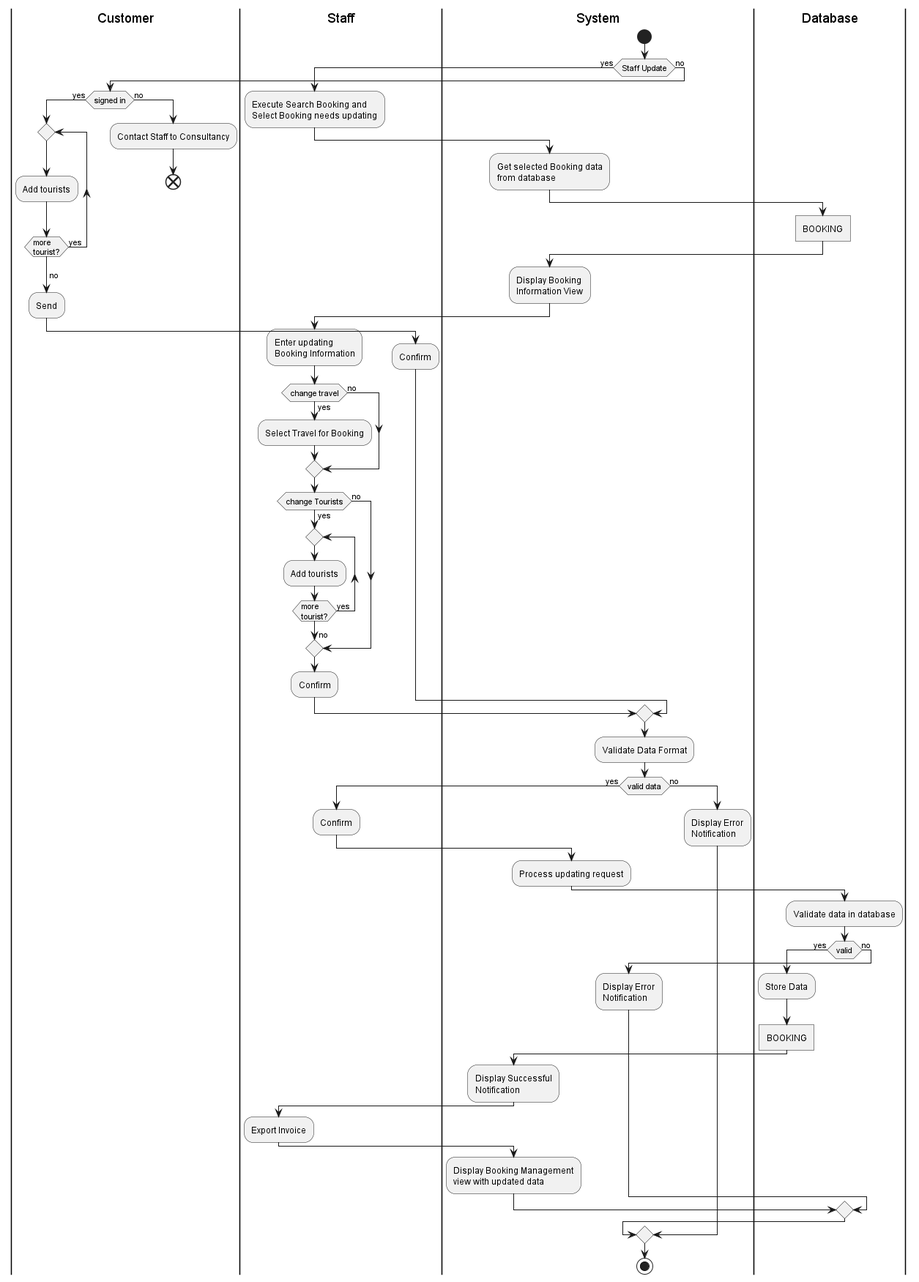
Earlier version of the PlantUML export Lab 1.2/Activity/Booking/updateBookingActivity.png (thtuanlegithub/SE357-Practice-class).
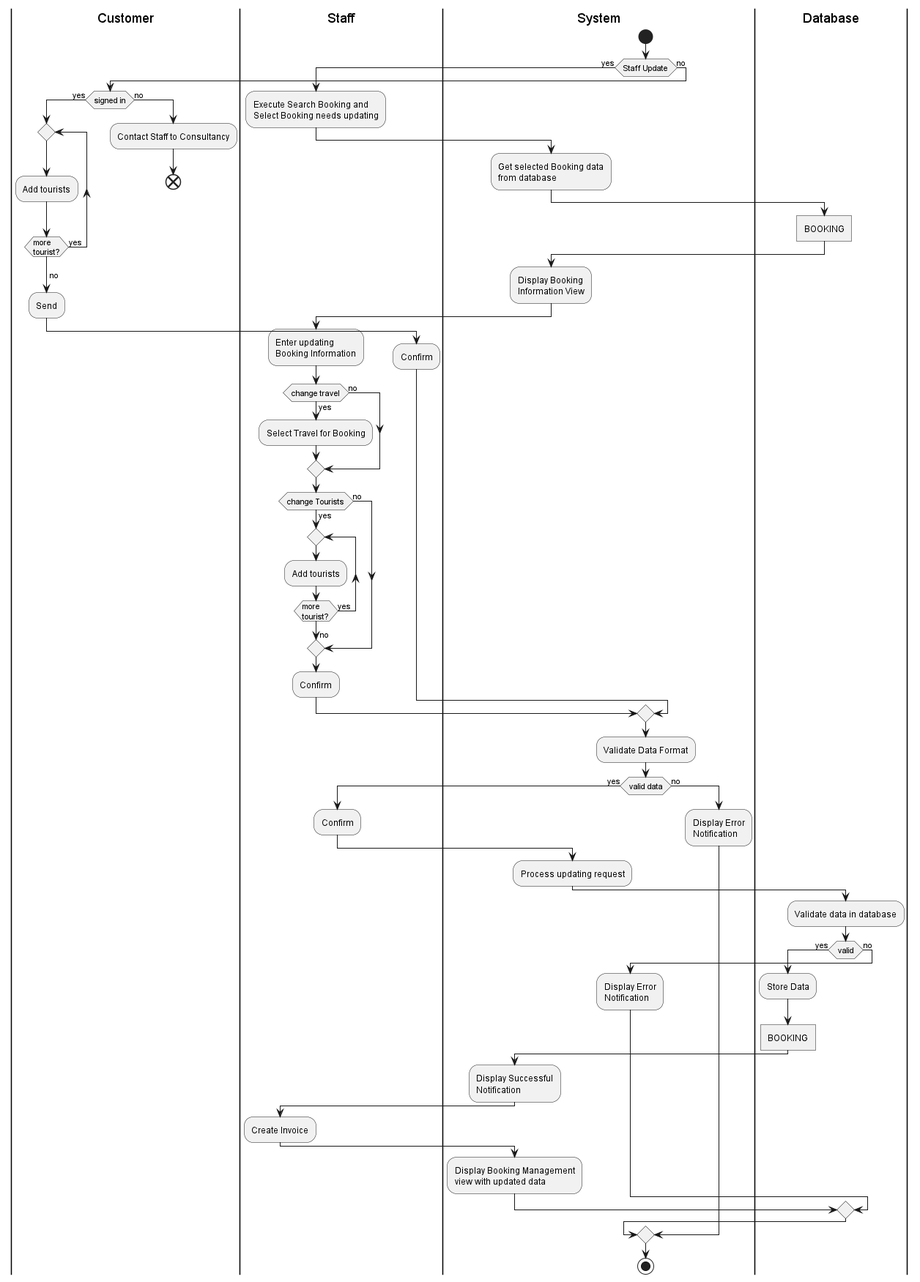
After the change.

Diff of the diagram source:
```diff
@@ -58,7 +58,7 @@
     |System|
         :Display Successful\nNotification;
     |Staff|
-        :Export Invoice;
+        :Create Invoice;
     |System|
         :Display Booking Management\nview with updated data;
     else (no)
```
